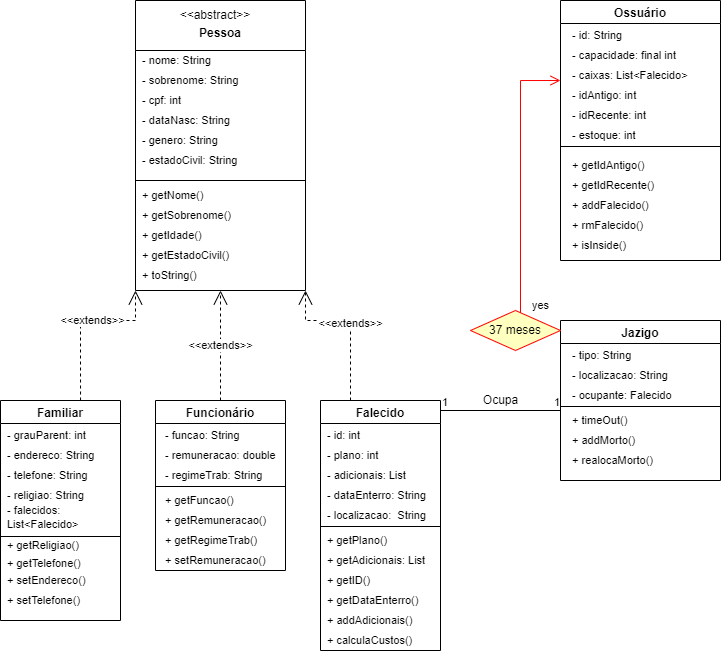
cemiterioPOO/Cemiterio keeps this draw.io diagram as Diagrama_cemiterio.png. Above is the earlier version. Source tidied: cells renumbered, new cells last; positions are measured from the earlier drawing's top-left corner, leaving out a move shared by most shapes.
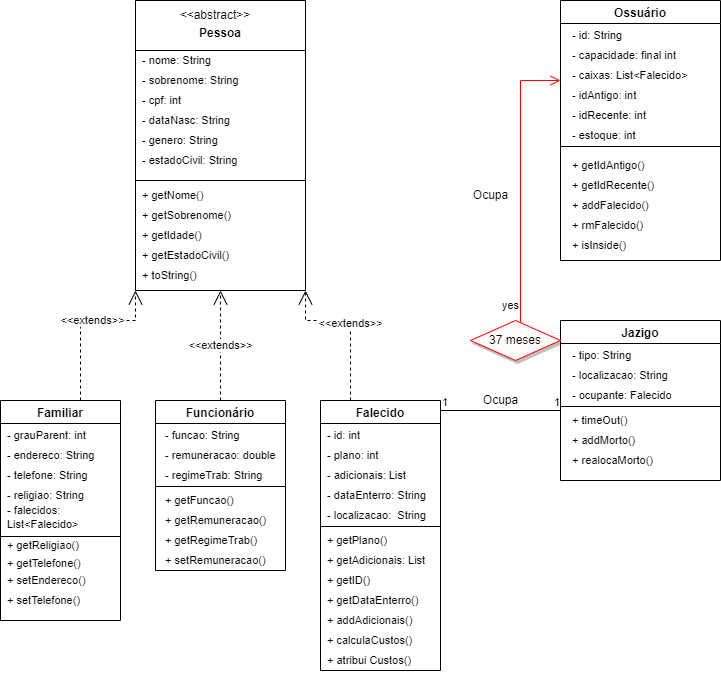
After the change.

The edit, as a diff of the source:
```diff
@@ -132,7 +132,7 @@
       <mxGeometry x="7.5" y="140" width="112.5" height="40" as="geometry" />
     </mxCell>
     <mxCell id="44" value="Falecido" style="swimlane;" parent="1" vertex="1">
-      <mxGeometry x="320" y="400" width="120" height="250" as="geometry" />
+      <mxGeometry x="320" y="400" width="120" height="270" as="geometry" />
     </mxCell>
     <mxCell id="45" value="- plano: int" style="text;html=1;strokeColor=none;fillColor=none;align=left;verticalAlign=middle;whiteSpace=wrap;rounded=0;fontSize=11;" parent="44" vertex="1">
       <mxGeometry x="5" y="40" width="110" height="30" as="geometry" />
@@ -170,6 +170,9 @@
     <mxCell id="56" value="+ calculaCustos()" style="text;html=1;strokeColor=none;fillColor=none;align=left;verticalAlign=middle;whiteSpace=wrap;rounded=0;fontSize=11;" parent="44" vertex="1">
       <mxGeometry x="5" y="220" width="112.5" height="40" as="geometry" />
     </mxCell>
+    <mxCell id="79" value="+ atribui Custos()" style="text;html=1;strokeColor=none;fillColor=none;align=left;verticalAlign=middle;whiteSpace=wrap;rounded=0;fontSize=11;" parent="44" vertex="1">
+      <mxGeometry x="5" y="240" width="112.5" height="40" as="geometry" />
+    </mxCell>
     <mxCell id="57" value="Ossuário" style="swimlane;startSize=23;" parent="1" vertex="1">
       <mxGeometry x="560" width="160" height="260" as="geometry" />
     </mxCell>
@@ -244,16 +247,19 @@
     <mxCell id="76" value="Ocupa" style="text;html=1;align=center;verticalAlign=middle;strokeColor=none;fillColor=none;" parent="1" vertex="1">
       <mxGeometry x="470" y="385" width="60" height="30" as="geometry" />
     </mxCell>
-    <mxCell id="77" value="37 meses" style="rhombus;whiteSpace=wrap;html=1;fillColor=#ffffc0;strokeColor=#ff0000;" parent="1" vertex="1">
-      <mxGeometry x="470" y="310" width="90" height="40" as="geometry" />
+    <mxCell id="77" value="37 meses" style="rhombus;whiteSpace=wrap;html=1;fillColor=#FFFCFA;strokeColor=#ff0000;shadow=1;" parent="1" vertex="1">
+      <mxGeometry x="470" y="320" width="90" height="40" as="geometry" />
     </mxCell>
-    <mxCell id="78" value="yes" style="edgeStyle=orthogonalEdgeStyle;html=1;align=left;verticalAlign=top;endArrow=open;endSize=8;strokeColor=#ff0000;rounded=0;" parent="1" edge="1" source="77">
-      <mxGeometry x="-0.85" y="-10" relative="1" as="geometry">
+    <mxCell id="78" value="yes" style="edgeStyle=orthogonalEdgeStyle;html=1;align=left;verticalAlign=top;endArrow=open;endSize=8;strokeColor=#ff0000;rounded=0;fillColor=#000000;" parent="1" edge="1" source="77">
+      <mxGeometry x="-0.79" y="20" relative="1" as="geometry">
         <mxPoint x="560" y="80" as="targetPoint" />
         <Array as="points">
           <mxPoint x="520" y="80" />
         </Array>
       </mxGeometry>
     </mxCell>
+    <mxCell id="80" value="Ocupa" style="text;html=1;align=center;verticalAlign=middle;strokeColor=none;fillColor=none;rotation=0;" parent="1" vertex="1">
+      <mxGeometry x="460" y="180" width="60" height="30" as="geometry" />
+    </mxCell>
   </root>
 </mxGraphModel>
```
